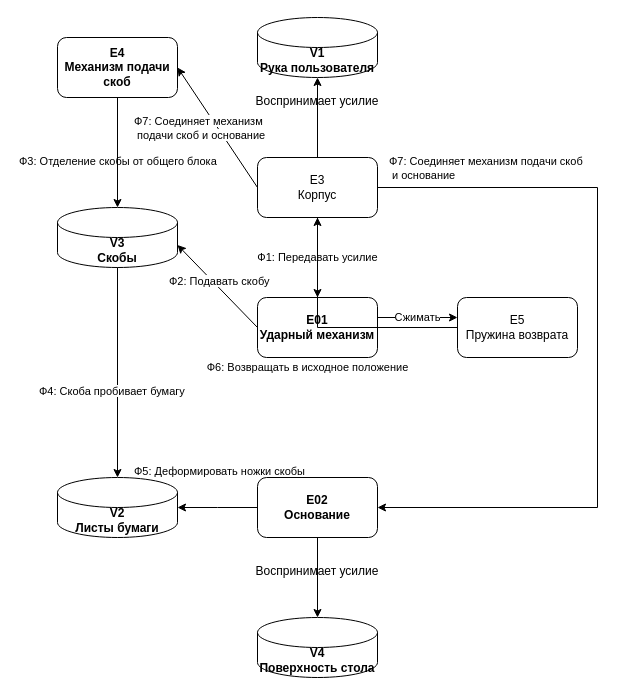
L1mon228RUS/hello keeps this draw.io diagram as Диаграмма без названия.drawio.xml. Above is the earlier version. Source tidied: cells renumbered, new cells numbered last; positions are measured from the earlier drawing's top-left corner, leaving out a move shared by most shapes. Both pictures are drawn from the tidied source at 100%, with x=0, y=0 at pixel (17, 17).
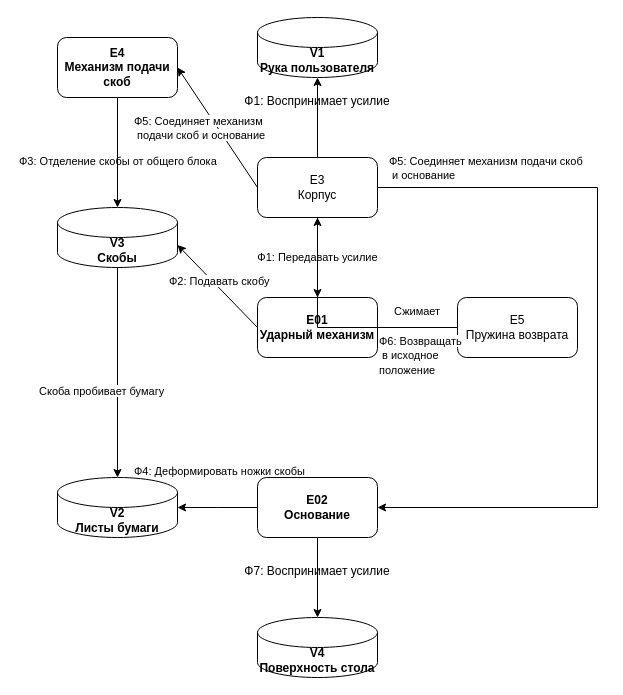
Above is the later version.

The change refers to these unchanged cells:
```xml
<mxCell id="3" value="E01&lt;br&gt;Ударный механизм" style="rounded=1;whiteSpace=wrap;html=1;fontStyle=1;" parent="1" vertex="1">
  <mxGeometry x="240" y="280" width="120" height="60" as="geometry" />
</mxCell>
<mxCell id="6" value="E3&lt;br&gt;Корпус" style="rounded=1;whiteSpace=wrap;html=1;" parent="1" vertex="1">
  <mxGeometry x="240" y="140" width="120" height="60" as="geometry" />
</mxCell>
<mxCell id="7" value="E5&lt;br&gt;Пружина возврата" style="rounded=1;whiteSpace=wrap;html=1;" parent="1" vertex="1">
  <mxGeometry x="440" y="280" width="120" height="60" as="geometry" />
</mxCell>
```

The edit, as a diff of the source:
```diff
@@
-    <mxCell id="14" value="Сжимать" style="edgeStyle=orthogonalEdgeStyle;rounded=0;jettySize=auto;html=1;" parent="1" edge="1" source="3" target="7">
-      <mxGeometry relative="1" as="geometry">
-        <Array as="points">
-          <mxPoint x="390" y="300" />
-          <mxPoint x="390" y="300" />
-        </Array>
-      </mxGeometry>
-    </mxCell>
-    <mxCell id="15" value="Ф6: Возвращать в исходное положение" style="edgeStyle=orthogonalEdgeStyle;rounded=0;jettySize=auto;html=1;" parent="1" edge="1" source="7" target="6">
+    <mxCell id="15" style="edgeStyle=orthogonalEdgeStyle;rounded=0;jettySize=auto;html=1;" parent="1" edge="1" source="7" target="6">
       <mxGeometry x="0.12" y="41" relative="1" as="geometry">
         <mxPoint x="31" y="40" as="offset" />
       </mxGeometry>
     </mxCell>
@@
-    <mxCell id="17" value="Воспринимает усилие" style="text;whiteSpace=wrap;html=1;align=center;" parent="1" vertex="1">
+    <mxCell id="17" value="Ф1: Воспринимает усилие" style="text;whiteSpace=wrap;html=1;align=center;" parent="1" vertex="1">
       <mxGeometry x="225" y="70" width="150" height="40" as="geometry" />
     </mxCell>
@@
-    <mxCell id="19" value="Воспринимает усилие" style="text;whiteSpace=wrap;html=1;align=center;" parent="1" vertex="1">
+    <mxCell id="19" value="Ф7: Воспринимает усилие" style="text;whiteSpace=wrap;html=1;align=center;" parent="1" vertex="1">
       <mxGeometry x="225" y="540" width="150" height="40" as="geometry" />
     </mxCell>
-    <mxCell id="20" value="&lt;span style=&quot;color: rgb(0, 0, 0); font-family: Helvetica; font-size: 11px; font-style: normal; font-variant-ligatures: normal; font-variant-caps: normal; font-weight: 400; letter-spacing: normal; orphans: 2; text-align: center; text-indent: 0px; text-transform: none; widows: 2; word-spacing: 0px; -webkit-text-stroke-width: 0px; white-space: nowrap; background-color: rgb(255, 255, 255); text-decoration-thickness: initial; text-decoration-style: initial; text-decoration-color: initial; float: none; display: inline !important;&quot;&gt;Ф5: Деформировать ножки скобы&lt;/span&gt;" style="text;whiteSpace=wrap;html=1;" parent="1" vertex="1">
+    <mxCell id="20" value="&lt;span style=&quot;color: rgb(0, 0, 0); font-family: Helvetica; font-size: 11px; font-style: normal; font-variant-ligatures: normal; font-variant-caps: normal; font-weight: 400; letter-spacing: normal; orphans: 2; text-align: center; text-indent: 0px; text-transform: none; widows: 2; word-spacing: 0px; -webkit-text-stroke-width: 0px; white-space: nowrap; background-color: rgb(255, 255, 255); text-decoration-thickness: initial; text-decoration-style: initial; text-decoration-color: initial; float: none; display: inline !important;&quot;&gt;Ф4: Деформировать ножки скобы&lt;/span&gt;" style="text;whiteSpace=wrap;html=1;" parent="1" vertex="1">
       <mxGeometry x="115" y="440" width="200" height="40" as="geometry" />
     </mxCell>
@@
-    <mxCell id="26" value="&lt;span style=&quot;color: rgb(0, 0, 0); font-family: Helvetica; font-size: 11px; font-style: normal; font-variant-ligatures: normal; font-variant-caps: normal; font-weight: 400; letter-spacing: normal; orphans: 2; text-align: center; text-indent: 0px; text-transform: none; widows: 2; word-spacing: 0px; -webkit-text-stroke-width: 0px; white-space: nowrap; background-color: rgb(255, 255, 255); text-decoration-thickness: initial; text-decoration-style: initial; text-decoration-color: initial; float: none; display: inline !important;&quot;&gt;Ф4&lt;/span&gt;&lt;span style=&quot;background-color: light-dark(rgb(255, 255, 255), rgb(18, 18, 18)); color: light-dark(rgb(0, 0, 0), rgb(237, 237, 237)); font-size: 11px; text-align: center; text-wrap-mode: nowrap;&quot;&gt;: Скоба пробивает бумагу&lt;/span&gt;" style="text;whiteSpace=wrap;html=1;" parent="1" vertex="1">
+    <mxCell id="26" value="&lt;span style=&quot;background-color: light-dark(rgb(255, 255, 255), rgb(18, 18, 18)); color: light-dark(rgb(0, 0, 0), rgb(237, 237, 237)); font-size: 11px; text-align: center; text-wrap-mode: nowrap;&quot;&gt;Скоба пробивает бумагу&lt;/span&gt;" style="text;whiteSpace=wrap;html=1;" parent="1" vertex="1">
       <mxGeometry x="20" y="360" width="200" height="40" as="geometry" />
     </mxCell>
@@
-    <mxCell id="31" value="&lt;span style=&quot;color: rgb(0, 0, 0); font-family: Helvetica; font-size: 11px; font-style: normal; font-variant-ligatures: normal; font-variant-caps: normal; font-weight: 400; letter-spacing: normal; orphans: 2; text-align: center; text-indent: 0px; text-transform: none; widows: 2; word-spacing: 0px; -webkit-text-stroke-width: 0px; white-space: nowrap; background-color: rgb(255, 255, 255); text-decoration-thickness: initial; text-decoration-style: initial; text-decoration-color: initial; float: none; display: inline !important;&quot;&gt;Ф7: Соединяет механизм подачи скоб&lt;br&gt;&amp;nbsp;и основание&lt;/span&gt;" style="text;whiteSpace=wrap;html=1;" parent="1" vertex="1">
+    <mxCell id="31" value="&lt;span style=&quot;color: rgb(0, 0, 0); font-family: Helvetica; font-size: 11px; font-style: normal; font-variant-ligatures: normal; font-variant-caps: normal; font-weight: 400; letter-spacing: normal; orphans: 2; text-align: center; text-indent: 0px; text-transform: none; widows: 2; word-spacing: 0px; -webkit-text-stroke-width: 0px; white-space: nowrap; background-color: rgb(255, 255, 255); text-decoration-thickness: initial; text-decoration-style: initial; text-decoration-color: initial; float: none; display: inline !important;&quot;&gt;Ф5: Соединяет механизм подачи скоб&lt;br&gt;&amp;nbsp;и основание&lt;/span&gt;" style="text;whiteSpace=wrap;html=1;" parent="1" vertex="1">
       <mxGeometry x="370" y="130" width="200" height="40" as="geometry" />
     </mxCell>
-    <mxCell id="32" value="&lt;span style=&quot;color: rgb(0, 0, 0); font-family: Helvetica; font-size: 11px; font-style: normal; font-variant-ligatures: normal; font-variant-caps: normal; font-weight: 400; letter-spacing: normal; orphans: 2; text-align: center; text-indent: 0px; text-transform: none; widows: 2; word-spacing: 0px; -webkit-text-stroke-width: 0px; white-space: nowrap; background-color: rgb(255, 255, 255); text-decoration-thickness: initial; text-decoration-style: initial; text-decoration-color: initial; float: none; display: inline !important;&quot;&gt;Ф7: Соединяет механизм&lt;br&gt;&amp;nbsp;подачи скоб&amp;nbsp;и основание&lt;/span&gt;" style="text;whiteSpace=wrap;html=1;" parent="1" vertex="1">
+    <mxCell id="32" value="&lt;span style=&quot;color: rgb(0, 0, 0); font-family: Helvetica; font-size: 11px; font-style: normal; font-variant-ligatures: normal; font-variant-caps: normal; font-weight: 400; letter-spacing: normal; orphans: 2; text-align: center; text-indent: 0px; text-transform: none; widows: 2; word-spacing: 0px; -webkit-text-stroke-width: 0px; white-space: nowrap; background-color: rgb(255, 255, 255); text-decoration-thickness: initial; text-decoration-style: initial; text-decoration-color: initial; float: none; display: inline !important;&quot;&gt;Ф5: Соединяет механизм&lt;br&gt;&amp;nbsp;подачи скоб&amp;nbsp;и основание&lt;/span&gt;" style="text;whiteSpace=wrap;html=1;" parent="1" vertex="1">
       <mxGeometry x="115" y="90" width="140" height="40" as="geometry" />
     </mxCell>
+    <mxCell id="33" value="&lt;div style=&quot;text-align: center;&quot;&gt;&lt;span style=&quot;color: light-dark(rgb(0, 0, 0), rgb(255, 255, 255)); font-size: 11px; text-wrap-mode: nowrap; background-color: rgb(255, 255, 255);&quot;&gt;Сжимает&lt;/span&gt;&lt;/div&gt;" style="text;whiteSpace=wrap;html=1;" parent="1" vertex="1">
+      <mxGeometry x="375" y="280" width="60" height="30" as="geometry" />
+    </mxCell>
+    <mxCell id="34" value="&lt;span style=&quot;font-size: 11px; text-align: center; text-wrap-mode: nowrap; background-color: rgb(255, 255, 255);&quot;&gt;Ф6: Возвращать&lt;br&gt;&amp;nbsp;в исходное &lt;br&gt;положение&lt;/span&gt;" style="text;whiteSpace=wrap;html=1;" parent="1" vertex="1">
+      <mxGeometry x="360" y="310" width="90" height="50" as="geometry" />
+    </mxCell>
```
